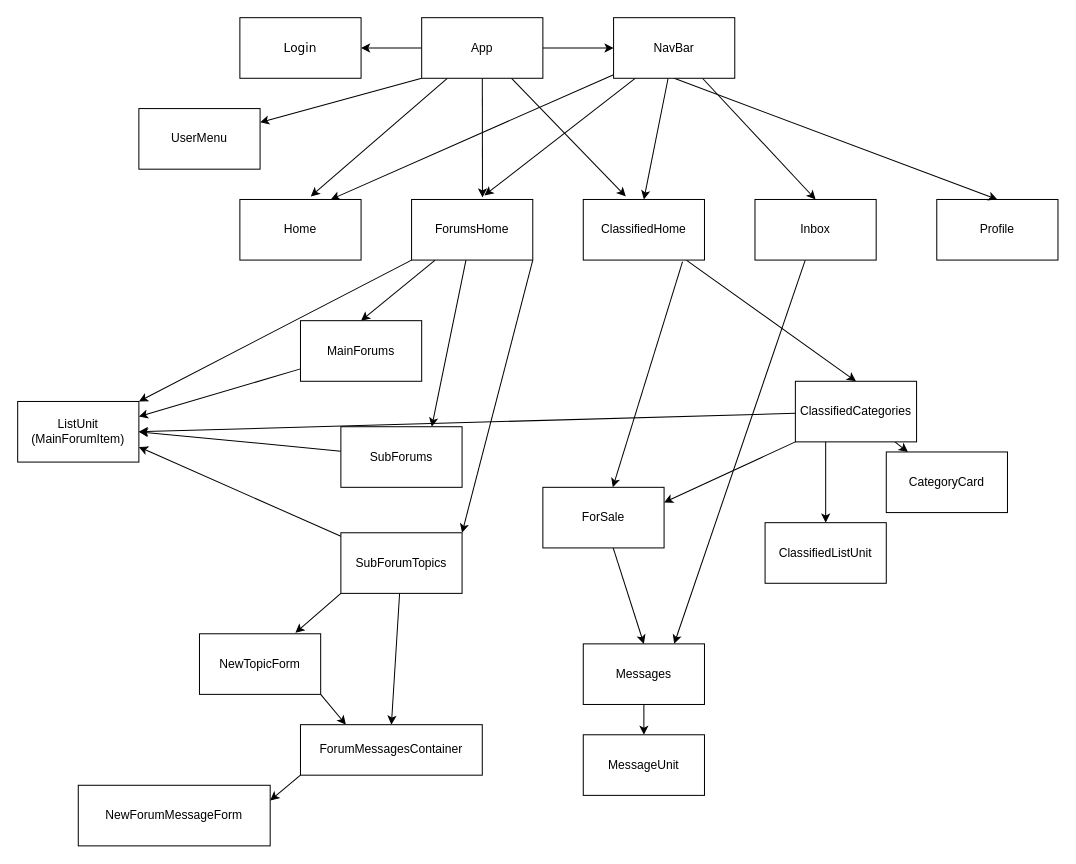
The draw.io diagram client/wireframe.drawio in stringtheory92/CAPSTONE, before the edit. Source tidied: cells renumbered, new cells numbered last; positions are measured from the earlier drawing's top-left corner, leaving out a move shared by most shapes. Both pictures are drawn from the tidied source at 101%, with x=0, y=0 at pixel (17, 17).
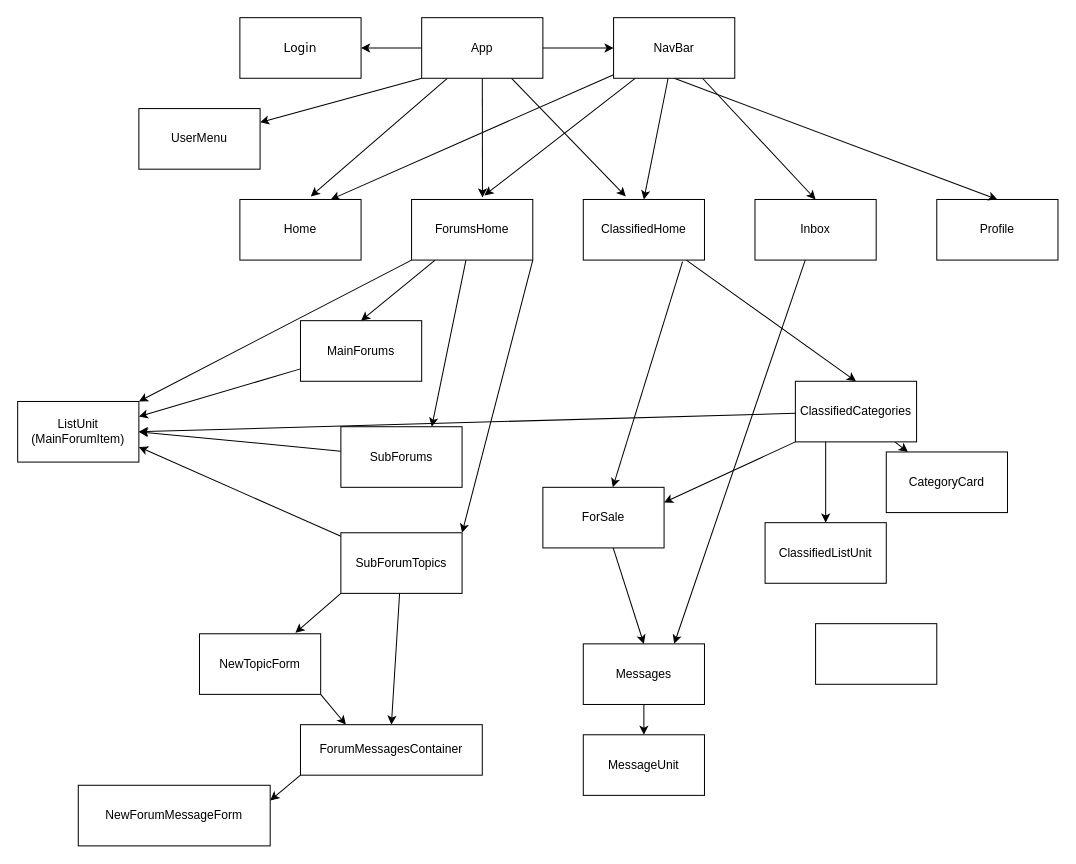
After the change.

What changed in the source:
```diff
@@
+    <mxCell id="56" style="rounded=0;whiteSpace=wrap;html=1;" parent="1" vertex="1">
+      <mxGeometry x="790" y="600" width="120" height="60" as="geometry" />
+    </mxCell>
```
